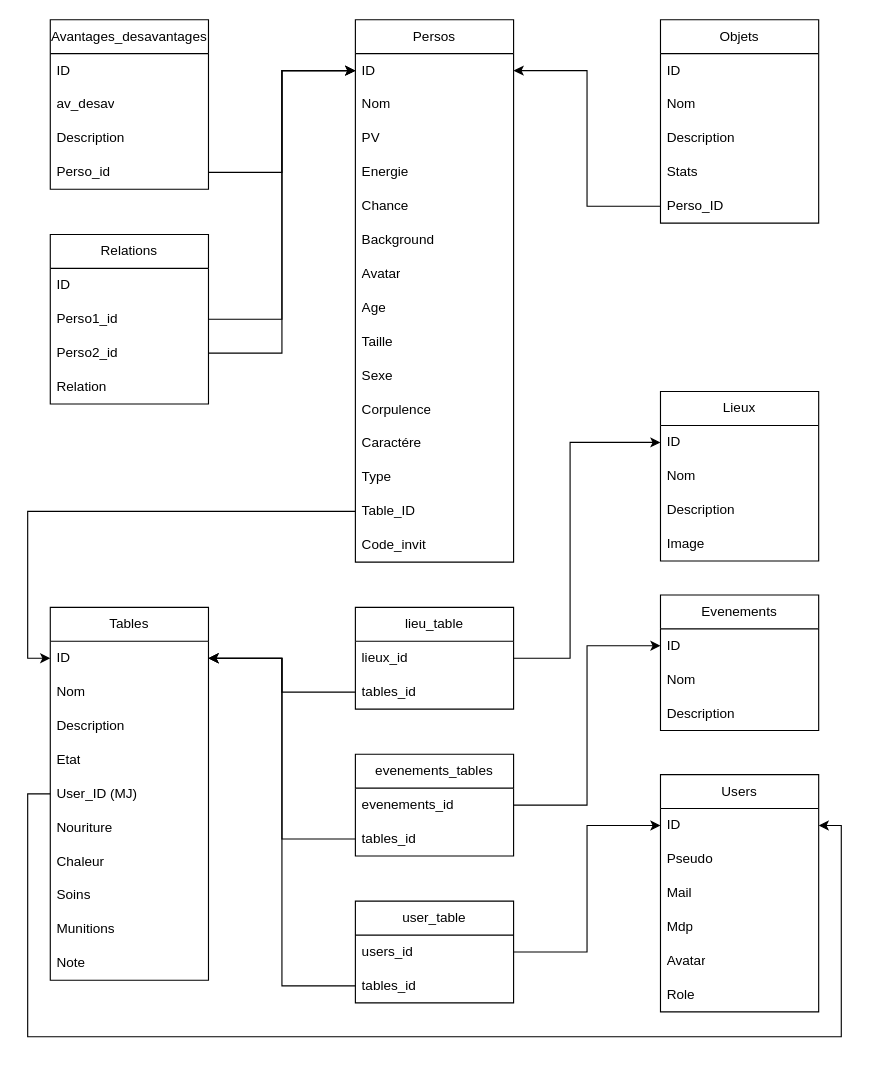
Above: Diagramme sans nom.drawio in Cy-Bert/Bunker-Project (draw.io), before the change. Source tidied: cells renumbered, new cells numbered last; positions are measured from the earlier drawing's top-left corner, leaving out a move shared by most shapes. Both pictures are drawn from the tidied source at 113%, with x=0, y=0 at pixel (27, 19).
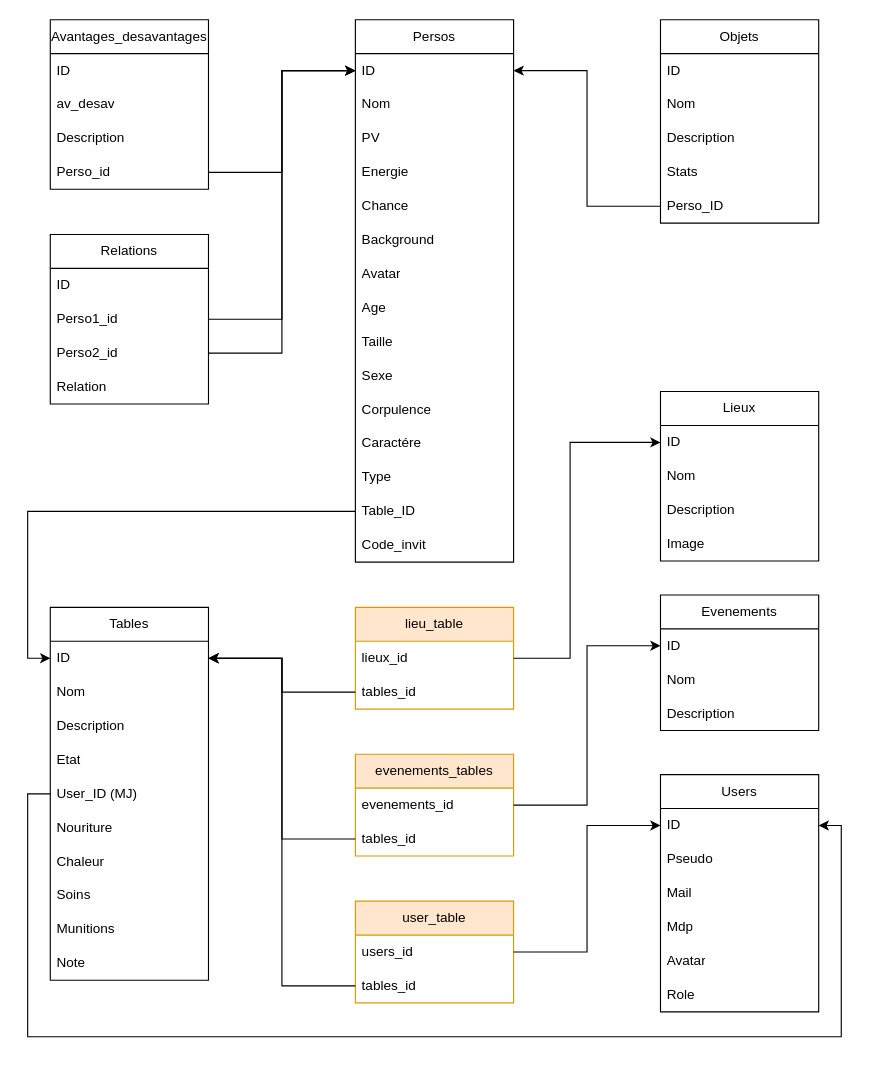
The same page after the edit.

Commit message:
Add couleur BdD

Diff of the diagram source:
```diff
@@
-    <mxCell id="45" value="lieu_table" style="swimlane;fontStyle=0;horizontal=1;startSize=30;whiteSpace=wrap;html=1;" parent="1" vertex="1">
+    <mxCell id="45" value="lieu_table" style="swimlane;fontStyle=0;horizontal=1;startSize=30;whiteSpace=wrap;html=1;fillColor=#ffe6cc;strokeColor=#d79b00;" parent="1" vertex="1">
       <mxGeometry x="290" y="520" width="140" height="90" as="geometry" />
     </mxCell>
@@
-    <mxCell id="48" value="evenements_tables" style="swimlane;fontStyle=0;horizontal=1;startSize=30;whiteSpace=wrap;html=1;" parent="1" vertex="1">
+    <mxCell id="48" value="evenements_tables" style="swimlane;fontStyle=0;horizontal=1;startSize=30;whiteSpace=wrap;html=1;fillColor=#ffe6cc;strokeColor=#d79b00;" parent="1" vertex="1">
       <mxGeometry x="290" y="650" width="140" height="90" as="geometry" />
     </mxCell>
@@
-    <mxCell id="60" value="user_table" style="swimlane;fontStyle=0;horizontal=1;startSize=30;whiteSpace=wrap;html=1;" parent="1" vertex="1">
+    <mxCell id="60" value="user_table" style="swimlane;fontStyle=0;horizontal=1;startSize=30;whiteSpace=wrap;html=1;fillColor=#ffe6cc;strokeColor=#d79b00;" parent="1" vertex="1">
       <mxGeometry x="290" y="780" width="140" height="90" as="geometry" />
     </mxCell>
```
